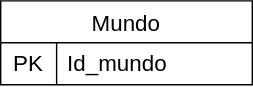
The draw.io diagram docs/modulo_01/MER.drawio.svg in SBD1/2024.2-D-D-classico, before a commit. Source tidied: cells renumbered, new cells last; positions are measured from the earlier drawing's top-left corner, leaving out a move shared by most shapes. The source it was exported from:
```xml
<mxGraphModel>
  <root>
    <mxCell id="0" />
    <mxCell id="1" parent="0" />
    <mxCell id="2" value="Mundo" style="shape=table;startSize=30;rowLines=0;fontStyle=0;strokeColor=default;fontSize=16;" parent="1" vertex="1">
      <mxGeometry width="180" height="60" as="geometry" />
    </mxCell>
    <mxCell id="3" style="shape=tableRow;horizontal=0;startSize=0;swimlaneHead=0;swimlaneBody=0;top=0;left=0;bottom=0;right=0;fillColor=none;strokeColor=inherit;fontSize=16;" parent="2" vertex="1">
      <mxGeometry y="30" width="180" height="30" as="geometry" />
    </mxCell>
    <mxCell id="4" value="PK" style="shape=partialRectangle;html=1;whiteSpace=wrap;fillColor=none;top=0;left=0;bottom=0;right=0;overflow=hidden;strokeColor=inherit;fontSize=16;" parent="3" vertex="1">
      <mxGeometry width="40" height="30" as="geometry" />
    </mxCell>
    <mxCell id="5" value="Id_mundo" style="shape=partialRectangle;html=1;whiteSpace=wrap;fillColor=none;top=0;left=0;bottom=0;right=0;align=left;spacingLeft=6;overflow=hidden;strokeColor=inherit;fontSize=16;" parent="3" vertex="1">
      <mxGeometry x="40" width="140" height="30" as="geometry" />
    </mxCell>
  </root>
</mxGraphModel>
```
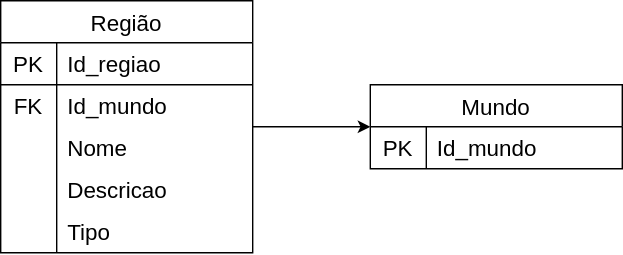
The same diagram one commit later.

Commit message:
Adicona regiao ao MER.drawio.svg

Diff of the diagram source:
```diff
@@ -2,6 +2,9 @@
   <root>
     <mxCell id="0" />
     <mxCell id="1" parent="0" />
+    <mxCell id="6" style="edgeStyle=orthogonalEdgeStyle;rounded=0;jettySize=auto;html=1;" parent="1" edge="1" source="7" target="2">
+      <mxGeometry relative="1" as="geometry" />
+    </mxCell>
     <mxCell id="2" value="Mundo" style="shape=table;startSize=30;rowLines=0;fontStyle=0;strokeColor=default;fontSize=16;" parent="1" vertex="1">
       <mxGeometry width="180" height="60" as="geometry" />
     </mxCell>
@@ -14,5 +17,56 @@
     <mxCell id="5" value="Id_mundo" style="shape=partialRectangle;html=1;whiteSpace=wrap;fillColor=none;top=0;left=0;bottom=0;right=0;align=left;spacingLeft=6;overflow=hidden;strokeColor=inherit;fontSize=16;" parent="3" vertex="1">
       <mxGeometry x="40" width="140" height="30" as="geometry" />
     </mxCell>
+    <mxCell id="7" value="Região" style="shape=table;startSize=30;rowLines=0;fontStyle=0;strokeColor=default;fontSize=16;" parent="1" vertex="1">
+      <mxGeometry x="-264" y="-60" width="180" height="180" as="geometry" />
+    </mxCell>
+    <mxCell id="8" style="shape=tableRow;horizontal=0;startSize=0;swimlaneHead=0;swimlaneBody=0;top=0;left=0;bottom=0;right=0;fillColor=none;strokeColor=inherit;fontSize=16;" parent="7" vertex="1">
+      <mxGeometry y="30" width="180" height="30" as="geometry" />
+    </mxCell>
+    <mxCell id="9" value="PK" style="shape=partialRectangle;html=1;whiteSpace=wrap;fillColor=none;top=0;left=0;bottom=0;right=0;overflow=hidden;strokeColor=default;fontSize=16;perimeterSpacing=1;" parent="8" vertex="1">
+      <mxGeometry width="40" height="30" as="geometry" />
+    </mxCell>
+    <mxCell id="10" value="Id_regiao" style="shape=partialRectangle;html=1;whiteSpace=wrap;fillColor=none;top=0;left=0;bottom=0;right=0;align=left;spacingLeft=6;overflow=hidden;strokeColor=default;fontSize=16;perimeterSpacing=1;" parent="8" vertex="1">
+      <mxGeometry x="40" width="140" height="30" as="geometry" />
+    </mxCell>
+    <mxCell id="11" style="shape=tableRow;horizontal=0;startSize=0;swimlaneHead=0;swimlaneBody=0;top=0;left=0;bottom=0;right=0;fillColor=none;strokeColor=inherit;fontSize=16;" parent="7" vertex="1">
+      <mxGeometry y="60" width="180" height="30" as="geometry" />
+    </mxCell>
+    <mxCell id="12" value="FK" style="shape=partialRectangle;html=1;whiteSpace=wrap;fillColor=none;top=0;left=0;bottom=0;right=0;overflow=hidden;strokeColor=inherit;fontSize=16;" parent="11" vertex="1">
+      <mxGeometry width="40" height="30" as="geometry" />
+    </mxCell>
+    <mxCell id="13" value="Id_mundo" style="shape=partialRectangle;html=1;whiteSpace=wrap;fillColor=none;top=0;left=0;bottom=0;right=0;align=left;spacingLeft=6;overflow=hidden;strokeColor=inherit;fontSize=16;" parent="11" vertex="1">
+      <mxGeometry x="40" width="140" height="30" as="geometry" />
+    </mxCell>
+    <mxCell id="14" style="shape=tableRow;horizontal=0;startSize=0;swimlaneHead=0;swimlaneBody=0;top=0;left=0;bottom=0;right=0;fillColor=none;strokeColor=inherit;fontSize=16;" parent="7" vertex="1">
+      <mxGeometry y="90" width="180" height="30" as="geometry" />
+    </mxCell>
+    <mxCell id="15" style="shape=partialRectangle;html=1;whiteSpace=wrap;fillColor=none;top=0;left=0;bottom=0;right=0;overflow=hidden;strokeColor=inherit;fontSize=16;" parent="14" vertex="1">
+      <mxGeometry width="40" height="30" as="geometry" />
+    </mxCell>
+    <mxCell id="16" value="Nome" style="shape=partialRectangle;html=1;whiteSpace=wrap;fillColor=none;top=0;left=0;bottom=0;right=0;align=left;spacingLeft=6;overflow=hidden;strokeColor=inherit;fontSize=16;" parent="14" vertex="1">
+      <mxGeometry x="40" width="140" height="30" as="geometry" />
+    </mxCell>
+    <mxCell id="17" style="shape=tableRow;horizontal=0;startSize=0;swimlaneHead=0;swimlaneBody=0;top=0;left=0;bottom=0;right=0;fillColor=none;strokeColor=inherit;fontSize=16;" parent="7" vertex="1">
+      <mxGeometry y="120" width="180" height="30" as="geometry" />
+    </mxCell>
+    <mxCell id="18" style="shape=partialRectangle;html=1;whiteSpace=wrap;fillColor=none;top=0;left=0;bottom=0;right=0;overflow=hidden;strokeColor=inherit;fontSize=16;" parent="17" vertex="1">
+      <mxGeometry width="40" height="30" as="geometry" />
+    </mxCell>
+    <mxCell id="19" value="Descricao" style="shape=partialRectangle;html=1;whiteSpace=wrap;fillColor=none;top=0;left=0;bottom=0;right=0;align=left;spacingLeft=6;overflow=hidden;strokeColor=inherit;fontSize=16;" parent="17" vertex="1">
+      <mxGeometry x="40" width="140" height="30" as="geometry" />
+    </mxCell>
+    <mxCell id="20" style="shape=tableRow;horizontal=0;startSize=0;swimlaneHead=0;swimlaneBody=0;top=0;left=0;bottom=0;right=0;fillColor=none;strokeColor=inherit;fontSize=16;" parent="7" vertex="1">
+      <mxGeometry y="150" width="180" height="30" as="geometry" />
+    </mxCell>
+    <mxCell id="21" style="shape=partialRectangle;html=1;whiteSpace=wrap;fillColor=none;top=0;left=0;bottom=0;right=0;overflow=hidden;strokeColor=inherit;fontSize=16;" parent="20" vertex="1">
+      <mxGeometry width="40" height="30" as="geometry" />
+    </mxCell>
+    <mxCell id="22" value="Tipo" style="shape=partialRectangle;html=1;whiteSpace=wrap;fillColor=none;top=0;left=0;bottom=0;right=0;align=left;spacingLeft=6;overflow=hidden;strokeColor=inherit;fontSize=16;" parent="20" vertex="1">
+      <mxGeometry x="40" width="140" height="30" as="geometry" />
+    </mxCell>
+    <mxCell id="23" style="line;strokeWidth=1;html=1;" parent="1" vertex="1">
+      <mxGeometry x="-264" y="-5" width="180" height="10" as="geometry" />
+    </mxCell>
   </root>
 </mxGraphModel>
```
